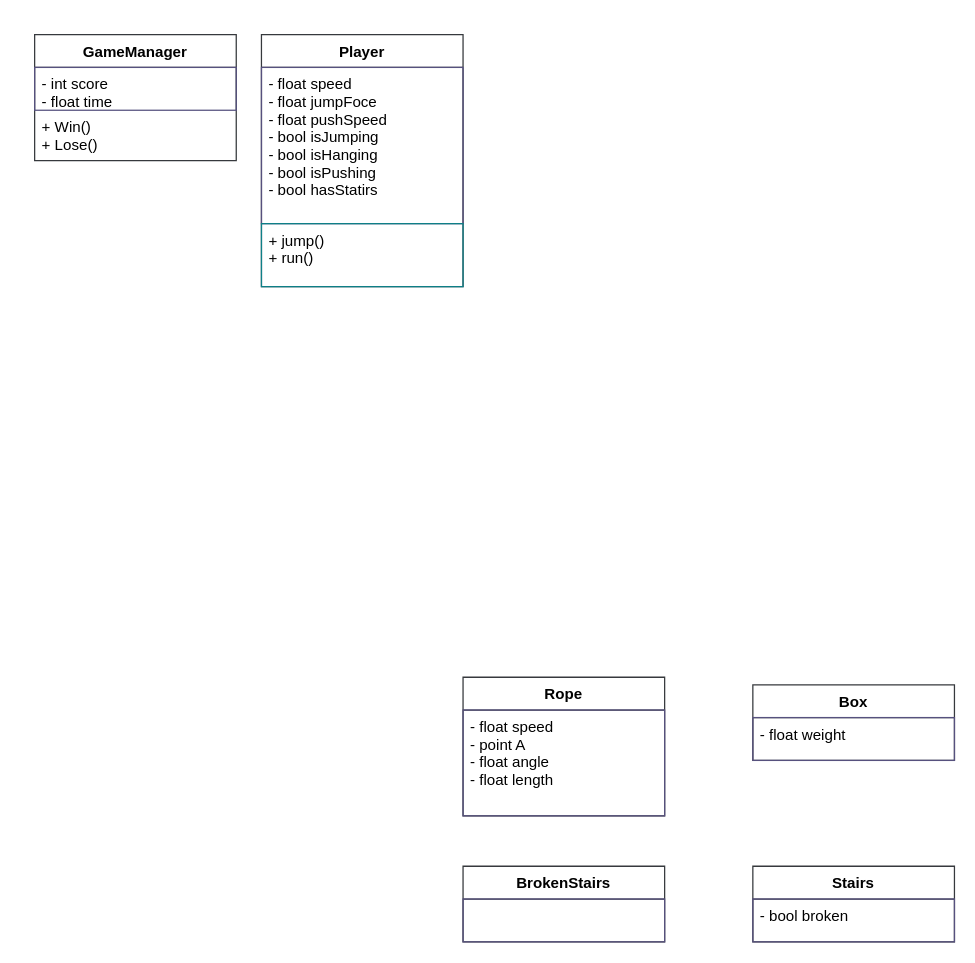
javics2002/Grupo1PVLI keeps this draw.io diagram as Untitled Diagram.drawio. Above is the earlier version. Source tidied: cells renumbered, new cells numbered last; positions are measured from the earlier drawing's top-left corner, leaving out a move shared by most shapes. Both pictures are drawn from the tidied source at 126%, with x=0, y=0 at pixel (34, 34).
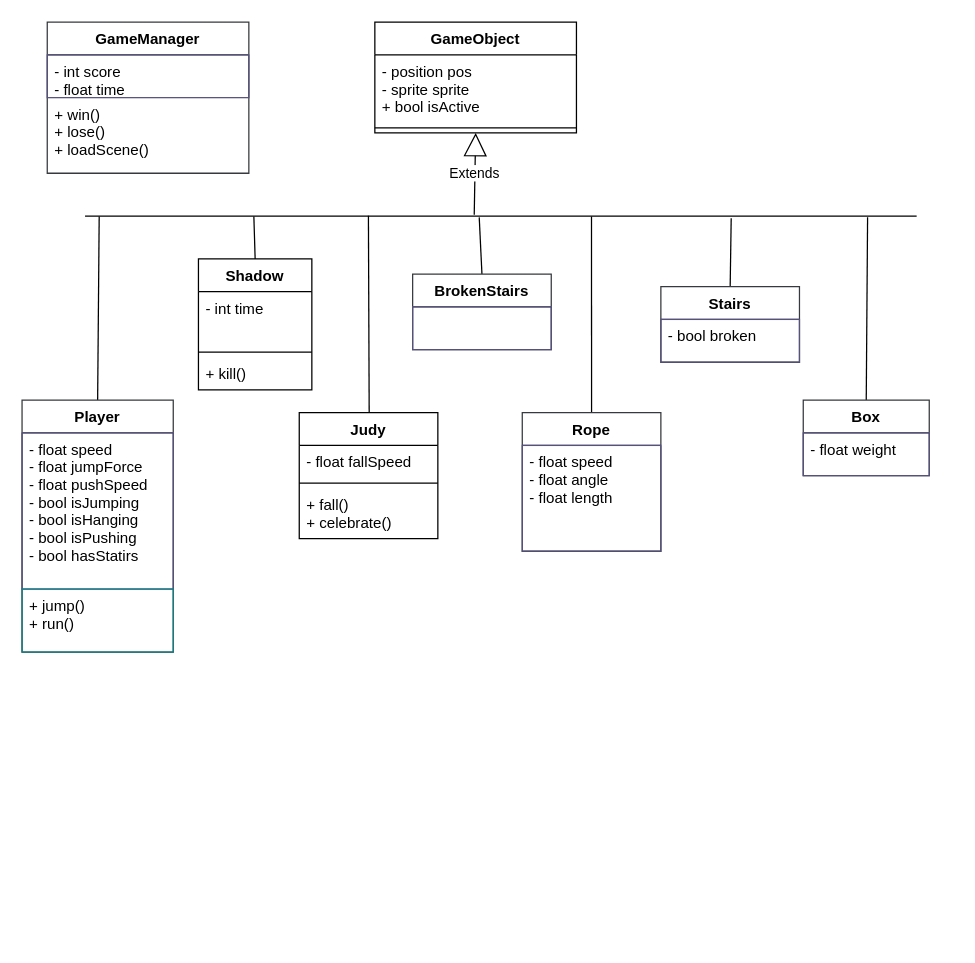
The same diagram, later.

Diff of the diagram source:
```diff
@@
+    <mxCell id="16" style="edgeStyle=none;rounded=0;jettySize=auto;html=1;exitX=0.5;exitY=0;exitDx=0;exitDy=0;entryX=0.017;entryY=0.542;entryDx=0;entryDy=0;entryPerimeter=0;endArrow=none;endFill=0;" parent="1" edge="1" source="2" target="33">
+      <mxGeometry relative="1" as="geometry" />
+    </mxCell>
     <mxCell id="2" value="Player" style="swimlane;fontStyle=1;align=center;verticalAlign=top;horizontal=1;startSize=26;fillColor=none;strokeColor=#36393d;" parent="1" vertex="1">
-      <mxGeometry x="180" width="160" height="200" as="geometry" />
+      <mxGeometry x="-10" y="290" width="120" height="200" as="geometry" />
     </mxCell>
-    <mxCell id="3" value="- float speed&#10;- float jumpFoce&#10;- float pushSpeed&#10;- bool isJumping&#10;- bool isHanging&#10;- bool isPushing&#10;- bool hasStatirs&#10;&#10;&#10;&#10;" style="text;strokeColor=#56517e;fillColor=none;align=left;verticalAlign=top;spacingLeft=4;spacingRight=4;overflow=hidden;" parent="2" vertex="1">
-      <mxGeometry y="26" width="160" height="124" as="geometry" />
+    <mxCell id="3" value="- float speed&#10;- float jumpForce&#10;- float pushSpeed&#10;- bool isJumping&#10;- bool isHanging&#10;- bool isPushing&#10;- bool hasStatirs&#10;&#10;&#10;&#10;" style="text;strokeColor=#56517e;fillColor=none;align=left;verticalAlign=top;spacingLeft=4;spacingRight=4;overflow=hidden;" parent="2" vertex="1">
+      <mxGeometry y="26" width="120" height="124" as="geometry" />
     </mxCell>
     <mxCell id="4" value="+ jump()&#10;+ run()&#10;" style="text;strokeColor=#0e8088;fillColor=none;align=left;verticalAlign=top;spacingLeft=4;spacingRight=4;overflow=hidden;" parent="2" vertex="1">
-      <mxGeometry y="150" width="160" height="50" as="geometry" />
+      <mxGeometry y="150" width="120" height="50" as="geometry" />
     </mxCell>
+    <mxCell id="17" style="edgeStyle=none;rounded=0;jettySize=auto;html=1;exitX=0.5;exitY=0;exitDx=0;exitDy=0;entryX=0.941;entryY=0.625;entryDx=0;entryDy=0;entryPerimeter=0;endArrow=none;endFill=0;" parent="1" edge="1" source="5" target="33">
+      <mxGeometry relative="1" as="geometry" />
+    </mxCell>
     <mxCell id="5" value="Box" style="swimlane;fontStyle=1;align=center;verticalAlign=top;horizontal=1;startSize=26;fillColor=none;strokeColor=#36393d;" parent="1" vertex="1">
-      <mxGeometry x="570" y="516" width="160" height="60" as="geometry" />
+      <mxGeometry x="610" y="290" width="100" height="60" as="geometry" />
     </mxCell>
     <mxCell id="6" value="- float weight" style="text;strokeColor=#56517e;fillColor=none;align=left;verticalAlign=top;spacingLeft=4;spacingRight=4;overflow=hidden;" parent="5" vertex="1">
-      <mxGeometry y="26" width="160" height="34" as="geometry" />
+      <mxGeometry y="26" width="100" height="34" as="geometry" />
     </mxCell>
+    <mxCell id="18" style="edgeStyle=none;rounded=0;jettySize=auto;html=1;exitX=0.5;exitY=0;exitDx=0;exitDy=0;entryX=0.777;entryY=0.708;entryDx=0;entryDy=0;entryPerimeter=0;endArrow=none;endFill=0;" parent="1" edge="1" source="7" target="33">
+      <mxGeometry relative="1" as="geometry" />
+    </mxCell>
     <mxCell id="7" value="Stairs" style="swimlane;fontStyle=1;align=center;verticalAlign=top;horizontal=1;startSize=26;fillColor=none;strokeColor=#36393d;" parent="1" vertex="1">
-      <mxGeometry x="570" y="660" width="160" height="60" as="geometry" />
+      <mxGeometry x="497" y="200" width="110" height="60" as="geometry" />
     </mxCell>
     <mxCell id="8" value="- bool broken" style="text;strokeColor=#56517e;fillColor=none;align=left;verticalAlign=top;spacingLeft=4;spacingRight=4;overflow=hidden;" parent="7" vertex="1">
-      <mxGeometry y="26" width="160" height="34" as="geometry" />
+      <mxGeometry y="26" width="110" height="34" as="geometry" />
     </mxCell>
+    <mxCell id="19" style="edgeStyle=none;rounded=0;jettySize=auto;html=1;exitX=0.5;exitY=0;exitDx=0;exitDy=0;entryX=0.474;entryY=0.625;entryDx=0;entryDy=0;entryPerimeter=0;endArrow=none;endFill=0;" parent="1" edge="1" source="9" target="33">
+      <mxGeometry relative="1" as="geometry" />
+    </mxCell>
     <mxCell id="9" value="BrokenStairs" style="swimlane;fontStyle=1;align=center;verticalAlign=top;horizontal=1;startSize=26;fillColor=none;strokeColor=#36393d;" parent="1" vertex="1">
-      <mxGeometry x="340" y="660" width="160" height="60" as="geometry" />
+      <mxGeometry x="300" y="190" width="110" height="60" as="geometry" />
     </mxCell>
     <mxCell id="10" style="text;strokeColor=#56517e;fillColor=none;align=left;verticalAlign=top;spacingLeft=4;spacingRight=4;overflow=hidden;" parent="9" vertex="1">
-      <mxGeometry y="26" width="160" height="34" as="geometry" />
+      <mxGeometry y="26" width="110" height="34" as="geometry" />
     </mxCell>
+    <mxCell id="20" style="edgeStyle=none;rounded=0;jettySize=auto;html=1;exitX=0.5;exitY=0;exitDx=0;exitDy=0;entryX=0.609;entryY=0.542;entryDx=0;entryDy=0;entryPerimeter=0;endArrow=none;endFill=0;" parent="1" edge="1" source="11" target="33">
+      <mxGeometry relative="1" as="geometry" />
+    </mxCell>
     <mxCell id="11" value="Rope" style="swimlane;fontStyle=1;align=center;verticalAlign=top;horizontal=1;startSize=26;fillColor=none;strokeColor=#36393d;" parent="1" vertex="1">
-      <mxGeometry x="340" y="510" width="160" height="110" as="geometry" />
+      <mxGeometry x="387" y="300" width="110" height="110" as="geometry" />
     </mxCell>
-    <mxCell id="12" value="- float speed&#10;- point A&#10;- float angle&#10;- float length" style="text;strokeColor=#56517e;fillColor=none;align=left;verticalAlign=top;spacingLeft=4;spacingRight=4;overflow=hidden;" parent="11" vertex="1">
-      <mxGeometry y="26" width="160" height="84" as="geometry" />
+    <mxCell id="12" value="- float speed&#10;- float angle&#10;- float length" style="text;strokeColor=#56517e;fillColor=none;align=left;verticalAlign=top;spacingLeft=4;spacingRight=4;overflow=hidden;" parent="11" vertex="1">
+      <mxGeometry y="26" width="110" height="84" as="geometry" />
     </mxCell>
     <mxCell id="13" value="GameManager" style="swimlane;fontStyle=1;align=center;verticalAlign=top;horizontal=1;startSize=26;fillColor=none;strokeColor=#36393d;" parent="1" vertex="1">
-      <mxGeometry width="160" height="100" as="geometry" />
+      <mxGeometry x="10" y="-10" width="160" height="120" as="geometry" />
     </mxCell>
@@
-    <mxCell id="15" value="+ Win()&#10;+ Lose()" style="text;strokeColor=none;fillColor=none;align=left;verticalAlign=top;spacingLeft=4;spacingRight=4;overflow=hidden;" parent="13" vertex="1">
-      <mxGeometry y="60" width="160" height="40" as="geometry" />
+    <mxCell id="15" value="+ win()&#10;+ lose()&#10;+ loadScene()" style="text;strokeColor=none;fillColor=none;align=left;verticalAlign=top;spacingLeft=4;spacingRight=4;overflow=hidden;" parent="13" vertex="1">
+      <mxGeometry y="60" width="160" height="60" as="geometry" />
     </mxCell>
+    <mxCell id="21" value="Judy" style="swimlane;fontStyle=1;align=center;verticalAlign=top;horizontal=1;startSize=26;" parent="1" vertex="1">
+      <mxGeometry x="210" y="300" width="110" height="100" as="geometry" />
+    </mxCell>
+    <mxCell id="22" value="- float fallSpeed" style="text;strokeColor=none;fillColor=none;align=left;verticalAlign=top;spacingLeft=4;spacingRight=4;overflow=hidden;" parent="21" vertex="1">
+      <mxGeometry y="26" width="110" height="26" as="geometry" />
+    </mxCell>
+    <mxCell id="23" style="line;strokeWidth=1;fillColor=none;align=left;verticalAlign=middle;spacingTop=-1;spacingLeft=3;spacingRight=3;labelPosition=right;" parent="21" vertex="1">
+      <mxGeometry y="52" width="110" height="8" as="geometry" />
+    </mxCell>
+    <mxCell id="24" value="+ fall()&#10;+ celebrate()" style="text;strokeColor=none;fillColor=none;align=left;verticalAlign=top;spacingLeft=4;spacingRight=4;overflow=hidden;" parent="21" vertex="1">
+      <mxGeometry y="60" width="110" height="40" as="geometry" />
+    </mxCell>
+    <mxCell id="25" style="edgeStyle=none;rounded=0;jettySize=auto;html=1;exitX=0.5;exitY=0;exitDx=0;exitDy=0;entryX=0.203;entryY=0.542;entryDx=0;entryDy=0;entryPerimeter=0;endArrow=none;endFill=0;" parent="1" edge="1" source="26" target="33">
+      <mxGeometry relative="1" as="geometry" />
+    </mxCell>
+    <mxCell id="26" value="Shadow" style="swimlane;fontStyle=1;align=center;verticalAlign=top;horizontal=1;startSize=26;" parent="1" vertex="1">
+      <mxGeometry x="130" y="178" width="90" height="104" as="geometry" />
+    </mxCell>
+    <mxCell id="27" value="- int time" style="text;strokeColor=none;fillColor=none;align=left;verticalAlign=top;spacingLeft=4;spacingRight=4;overflow=hidden;" parent="26" vertex="1">
+      <mxGeometry y="26" width="90" height="44" as="geometry" />
+    </mxCell>
+    <mxCell id="28" style="line;strokeWidth=1;fillColor=none;align=left;verticalAlign=middle;spacingTop=-1;spacingLeft=3;spacingRight=3;labelPosition=right;" parent="26" vertex="1">
+      <mxGeometry y="70" width="90" height="8" as="geometry" />
+    </mxCell>
+    <mxCell id="29" value="+ kill()" style="text;strokeColor=none;fillColor=none;align=left;verticalAlign=top;spacingLeft=4;spacingRight=4;overflow=hidden;" parent="26" vertex="1">
+      <mxGeometry y="78" width="90" height="26" as="geometry" />
+    </mxCell>
+    <mxCell id="30" value="GameObject" style="swimlane;fontStyle=1;align=center;verticalAlign=top;horizontal=1;startSize=26;" parent="1" vertex="1">
+      <mxGeometry x="270" y="-10" width="160" height="88" as="geometry" />
+    </mxCell>
+    <mxCell id="31" value="- position pos&#10;- sprite sprite&#10;+ bool isActive" style="text;strokeColor=none;fillColor=none;align=left;verticalAlign=top;spacingLeft=4;spacingRight=4;overflow=hidden;" parent="30" vertex="1">
+      <mxGeometry y="26" width="160" height="54" as="geometry" />
+    </mxCell>
+    <mxCell id="32" style="line;strokeWidth=1;fillColor=none;align=left;verticalAlign=middle;spacingTop=-1;spacingLeft=3;spacingRight=3;labelPosition=right;" parent="30" vertex="1">
+      <mxGeometry y="80" width="160" height="8" as="geometry" />
+    </mxCell>
+    <mxCell id="33" style="line;strokeWidth=1;fillColor=none;align=left;verticalAlign=middle;spacingTop=-1;spacingLeft=3;spacingRight=3;labelPosition=right;points=[];portConstraint=eastwest;strokeColor=#000000;" parent="1" vertex="1">
+      <mxGeometry x="40" y="140" width="660" height="8" as="geometry" />
+    </mxCell>
+    <mxCell id="34" value="Extends" style="endArrow=block;endSize=16;endFill=0;html=1;rounded=0;entryX=0.5;entryY=1;entryDx=0;entryDy=0;exitX=0.468;exitY=0.375;exitDx=0;exitDy=0;exitPerimeter=0;" parent="1" edge="1" source="33" target="30">
+      <mxGeometry relative="1" as="geometry" />
+    </mxCell>
+    <mxCell id="35" style="edgeStyle=none;rounded=0;orthogonalLoop=1;jettySize=auto;html=1;exitX=0.5;exitY=0;exitDx=0;exitDy=0;entryX=0.34;entryY=0.458;entryDx=0;entryDy=0;entryPerimeter=0;endArrow=none;endFill=0;" parent="1" edge="1">
+      <mxGeometry relative="1" as="geometry">
+        <mxPoint x="265.5" y="300" as="sourcePoint" />
+        <mxPoint x="264.9" y="143.7" as="targetPoint" />
+      </mxGeometry>
+    </mxCell>
```
